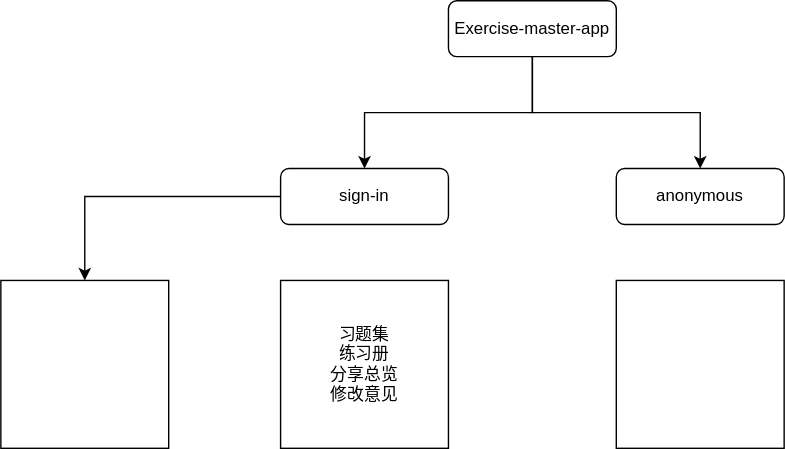
gaorock530/brainstorm keeps this draw.io diagram as exercise-master-app.svg. Above is the earlier version. Source tidied: cells renumbered, new cells last; positions are measured from the earlier drawing's top-left corner, leaving out a move shared by most shapes. The source it was exported from:
```xml
<mxGraphModel>
  <root>
    <mxCell id="0" />
    <mxCell id="1" parent="0" />
    <mxCell id="2" style="edgeStyle=orthogonalEdgeStyle;rounded=0;jettySize=auto;html=1;entryX=0.5;entryY=0;entryDx=0;entryDy=0;" parent="1" edge="1" source="4" target="6">
      <mxGeometry relative="1" as="geometry" />
    </mxCell>
    <mxCell id="3" style="edgeStyle=orthogonalEdgeStyle;rounded=0;jettySize=auto;html=1;entryX=0.5;entryY=0;entryDx=0;entryDy=0;" parent="1" edge="1" source="4" target="7">
      <mxGeometry relative="1" as="geometry" />
    </mxCell>
    <mxCell id="4" value="Exercise-master-app" style="rounded=1;whiteSpace=wrap;html=1;" parent="1" vertex="1">
      <mxGeometry x="320" width="120" height="40" as="geometry" />
    </mxCell>
    <mxCell id="5" style="edgeStyle=orthogonalEdgeStyle;rounded=0;jettySize=auto;html=1;entryX=0.5;entryY=0;entryDx=0;entryDy=0;" parent="1" edge="1" source="6" target="10">
      <mxGeometry relative="1" as="geometry" />
    </mxCell>
    <mxCell id="6" value="sign-in" style="rounded=1;whiteSpace=wrap;html=1;" parent="1" vertex="1">
      <mxGeometry x="200" y="120" width="120" height="40" as="geometry" />
    </mxCell>
    <mxCell id="7" value="anonymous" style="rounded=1;whiteSpace=wrap;html=1;" parent="1" vertex="1">
      <mxGeometry x="440" y="120" width="120" height="40" as="geometry" />
    </mxCell>
    <mxCell id="8" value="习题集&lt;br&gt;练习册&lt;br&gt;分享总览&lt;br&gt;修改意见" style="whiteSpace=wrap;html=1;" parent="1" vertex="1">
      <mxGeometry x="200" y="200" width="120" height="120" as="geometry" />
    </mxCell>
    <mxCell id="9" style="whiteSpace=wrap;html=1;" parent="1" vertex="1">
      <mxGeometry x="440" y="200" width="120" height="120" as="geometry" />
    </mxCell>
    <mxCell id="10" style="whiteSpace=wrap;html=1;" parent="1" vertex="1">
      <mxGeometry y="200" width="120" height="120" as="geometry" />
    </mxCell>
  </root>
</mxGraphModel>
```
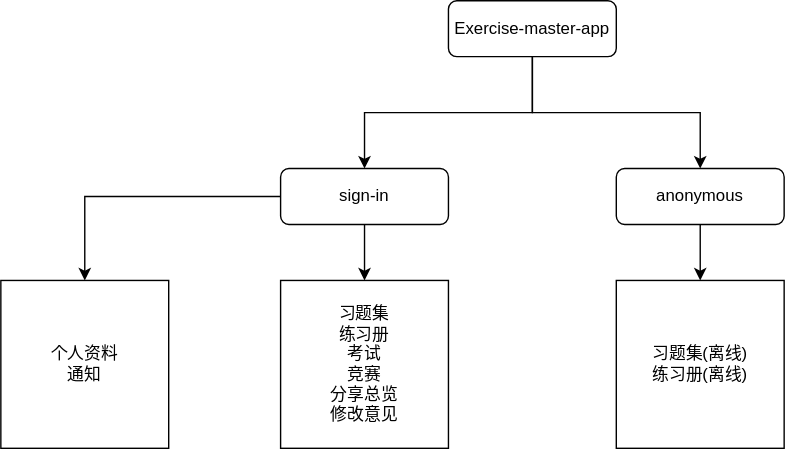
The same file after the commit.

Change to the diagram source:
```diff
@@ -14,19 +14,25 @@
     <mxCell id="5" style="edgeStyle=orthogonalEdgeStyle;rounded=0;jettySize=auto;html=1;entryX=0.5;entryY=0;entryDx=0;entryDy=0;" parent="1" edge="1" source="6" target="10">
       <mxGeometry relative="1" as="geometry" />
     </mxCell>
+    <mxCell id="11" style="edgeStyle=orthogonalEdgeStyle;rounded=0;jettySize=auto;html=1;entryX=0.5;entryY=0;entryDx=0;entryDy=0;" parent="1" edge="1" source="6" target="8">
+      <mxGeometry relative="1" as="geometry" />
+    </mxCell>
     <mxCell id="6" value="sign-in" style="rounded=1;whiteSpace=wrap;html=1;" parent="1" vertex="1">
       <mxGeometry x="200" y="120" width="120" height="40" as="geometry" />
     </mxCell>
+    <mxCell id="12" style="edgeStyle=orthogonalEdgeStyle;rounded=0;jettySize=auto;html=1;entryX=0.5;entryY=0;entryDx=0;entryDy=0;" parent="1" edge="1" source="7" target="9">
+      <mxGeometry relative="1" as="geometry" />
+    </mxCell>
     <mxCell id="7" value="anonymous" style="rounded=1;whiteSpace=wrap;html=1;" parent="1" vertex="1">
       <mxGeometry x="440" y="120" width="120" height="40" as="geometry" />
     </mxCell>
-    <mxCell id="8" value="习题集&lt;br&gt;练习册&lt;br&gt;分享总览&lt;br&gt;修改意见" style="whiteSpace=wrap;html=1;" parent="1" vertex="1">
+    <mxCell id="8" value="习题集&lt;br&gt;练习册&lt;br&gt;考试&lt;br&gt;竞赛&lt;br&gt;分享总览&lt;br&gt;修改意见" style="whiteSpace=wrap;html=1;" parent="1" vertex="1">
       <mxGeometry x="200" y="200" width="120" height="120" as="geometry" />
     </mxCell>
-    <mxCell id="9" style="whiteSpace=wrap;html=1;" parent="1" vertex="1">
+    <mxCell id="9" value="习题集(离线)&lt;br&gt;练习册(离线)" style="whiteSpace=wrap;html=1;" parent="1" vertex="1">
       <mxGeometry x="440" y="200" width="120" height="120" as="geometry" />
     </mxCell>
-    <mxCell id="10" style="whiteSpace=wrap;html=1;" parent="1" vertex="1">
+    <mxCell id="10" value="个人资料&lt;br&gt;通知" style="whiteSpace=wrap;html=1;" parent="1" vertex="1">
       <mxGeometry y="200" width="120" height="120" as="geometry" />
     </mxCell>
   </root>
```
